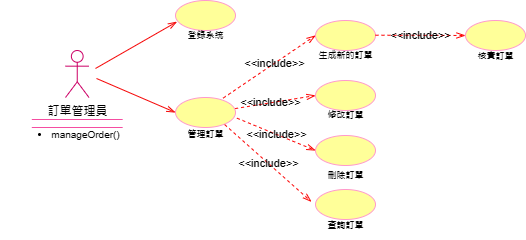
11024117/SE_Final-Paper keeps this draw.io diagram as 3-4.drawio.png. Above is the earlier version. Source tidied: cells renumbered, new cells last; positions are measured from the earlier drawing's top-left corner, leaving out a move shared by most shapes.
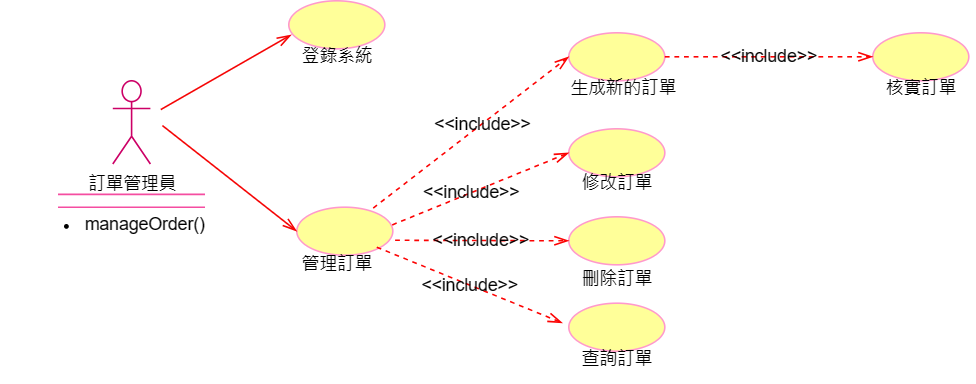
Later version of the same file.

The edit, as a diff of the source:
```diff
@@ -2,83 +2,81 @@
   <root>
     <mxCell id="0" />
     <mxCell id="1" parent="0" />
-    <mxCell id="2" value="訂單管理員" style="shape=umlActor;verticalLabelPosition=bottom;verticalAlign=top;html=1;strokeColor=#CC0066;" parent="1" vertex="1">
-      <mxGeometry x="65" y="50" width="23.5" height="47" as="geometry" />
+    <mxCell id="2" value="訂單管理員" style="shape=umlActor;verticalLabelPosition=bottom;verticalAlign=top;html=1;strokeColor=#CC0066;fontSize=11;" parent="1" vertex="1">
+      <mxGeometry x="65" y="50" width="23.5" height="52" as="geometry" />
     </mxCell>
-    <mxCell id="3" style="ellipse;whiteSpace=wrap;html=1;strokeColor=#FF99CC;fillColor=#FFFF99;" parent="1" vertex="1">
+    <mxCell id="3" style="ellipse;whiteSpace=wrap;html=1;strokeColor=#FF99CC;fillColor=#FFFF99;fontSize=11;" parent="1" vertex="1">
       <mxGeometry x="175" width="60" height="30" as="geometry" />
     </mxCell>
-    <mxCell id="4" style="ellipse;whiteSpace=wrap;html=1;strokeColor=#FF99CC;fillColor=#FFFF99;" parent="1" vertex="1">
-      <mxGeometry x="175" y="97" width="60" height="30" as="geometry" />
+    <mxCell id="4" style="ellipse;whiteSpace=wrap;html=1;strokeColor=#FF99CC;fillColor=#FFFF99;fontSize=11;" parent="1" vertex="1">
+      <mxGeometry x="180" y="129" width="60" height="30" as="geometry" />
     </mxCell>
-    <mxCell id="5" style="shape=partialRectangle;whiteSpace=wrap;html=1;left=0;right=0;fillColor=none;strokeColor=#f54da1;" parent="1" vertex="1">
-      <mxGeometry x="31.3" y="119" width="90.9" height="8" as="geometry" />
+    <mxCell id="5" style="shape=partialRectangle;whiteSpace=wrap;html=1;left=0;right=0;fillColor=none;strokeColor=#f54da1;fontSize=11;" parent="1" vertex="1">
+      <mxGeometry x="31.3" y="121" width="90.9" height="8" as="geometry" />
     </mxCell>
-    <mxCell id="6" value="登錄系統" style="text;html=1;align=center;verticalAlign=middle;strokeColor=none;fillColor=none;fontSize=9;" parent="1" vertex="1">
-      <mxGeometry x="175" y="25" width="60" height="20" as="geometry" />
+    <mxCell id="6" value="登錄系統" style="text;html=1;align=center;verticalAlign=middle;strokeColor=none;fillColor=none;fontSize=11;" parent="1" vertex="1">
+      <mxGeometry x="170" y="20" width="70" height="30" as="geometry" />
     </mxCell>
-    <mxCell id="7" value="管理訂單" style="text;html=1;align=center;verticalAlign=middle;points=[];strokeColor=none;fillColor=none;fontSize=9;" parent="1" vertex="1">
-      <mxGeometry x="175" y="124" width="60" height="20" as="geometry" />
+    <mxCell id="7" value="管理訂單" style="text;html=1;align=center;verticalAlign=middle;points=[];strokeColor=none;fillColor=none;fontSize=11;" parent="1" vertex="1">
+      <mxGeometry x="170" y="150" width="70" height="30" as="geometry" />
     </mxCell>
-    <mxCell id="8" style="endArrow=openThin;html=1;endSize=7;startSize=7;entryX=0.026;entryY=0.707;entryDx=0;entryDy=0;entryPerimeter=0;endFill=0;strokeColor=#f50505;jumpStyle=line;shadow=0;rounded=0;jumpSize=9;strokeWidth=1;" parent="1" edge="1" target="3">
+    <mxCell id="8" style="endArrow=openThin;html=1;endSize=7;startSize=7;entryX=0.026;entryY=0.707;entryDx=0;entryDy=0;entryPerimeter=0;endFill=0;strokeColor=#f50505;jumpStyle=line;shadow=0;rounded=0;jumpSize=9;strokeWidth=1;fontSize=11;" parent="1" edge="1" target="3">
       <mxGeometry relative="1" as="geometry">
         <mxPoint x="95" y="68" as="sourcePoint" />
       </mxGeometry>
     </mxCell>
-    <mxCell id="9" style="endArrow=openThin;html=1;endSize=7;startSize=7;entryX=0;entryY=0.5;entryDx=0;entryDy=0;endFill=0;strokeColor=#f50505;jumpStyle=line;shadow=0;rounded=0;jumpSize=9;strokeWidth=1;" parent="1" edge="1" target="4">
+    <mxCell id="9" style="endArrow=openThin;html=1;endSize=7;startSize=7;entryX=0;entryY=0.5;entryDx=0;entryDy=0;endFill=0;strokeColor=#f50505;jumpStyle=line;shadow=0;rounded=0;jumpSize=9;strokeWidth=1;fontSize=11;" parent="1" edge="1" target="4">
       <mxGeometry relative="1" as="geometry">
         <mxPoint x="96" y="78" as="sourcePoint" />
       </mxGeometry>
     </mxCell>
-    <mxCell id="10" style="ellipse;whiteSpace=wrap;html=1;strokeColor=#FF99CC;fillColor=#FFFF99;" parent="1" vertex="1">
-      <mxGeometry x="315" y="20" width="60" height="30" as="geometry" />
+    <mxCell id="10" style="ellipse;whiteSpace=wrap;html=1;strokeColor=#FF99CC;fillColor=#FFFF99;fontSize=11;" parent="1" vertex="1">
+      <mxGeometry x="350" y="20" width="60" height="30" as="geometry" />
     </mxCell>
-    <mxCell id="11" style="ellipse;whiteSpace=wrap;html=1;strokeColor=#FF99CC;fillColor=#FFFF99;" parent="1" vertex="1">
-      <mxGeometry x="315" y="80" width="60" height="30" as="geometry" />
+    <mxCell id="11" style="ellipse;whiteSpace=wrap;html=1;strokeColor=#FF99CC;fillColor=#FFFF99;fontSize=11;" parent="1" vertex="1">
+      <mxGeometry x="350" y="80" width="60" height="30" as="geometry" />
     </mxCell>
-    <mxCell id="12" style="ellipse;whiteSpace=wrap;html=1;strokeColor=#FF99CC;fillColor=#FFFF99;" parent="1" vertex="1">
-      <mxGeometry x="315" y="135" width="60" height="30" as="geometry" />
+    <mxCell id="12" style="ellipse;whiteSpace=wrap;html=1;strokeColor=#FF99CC;fillColor=#FFFF99;fontSize=11;" parent="1" vertex="1">
+      <mxGeometry x="350" y="135" width="60" height="30" as="geometry" />
     </mxCell>
-    <mxCell id="13" style="ellipse;whiteSpace=wrap;html=1;strokeColor=#FF99CC;fillColor=#FFFF99;" parent="1" vertex="1">
-      <mxGeometry x="315" y="189" width="60" height="30" as="geometry" />
+    <mxCell id="13" style="ellipse;whiteSpace=wrap;html=1;strokeColor=#FF99CC;fillColor=#FFFF99;fontSize=11;" parent="1" vertex="1">
+      <mxGeometry x="350" y="189" width="60" height="30" as="geometry" />
     </mxCell>
-    <mxCell id="14" value="生成新的訂單" style="text;html=1;align=center;verticalAlign=middle;strokeColor=none;fillColor=none;fontSize=9;" parent="1" vertex="1">
-      <mxGeometry x="305" y="45" width="80" height="20" as="geometry" />
+    <mxCell id="14" value="生成新的訂單" style="text;html=1;align=center;verticalAlign=middle;strokeColor=none;fillColor=none;fontSize=11;" parent="1" vertex="1">
+      <mxGeometry x="339" y="40" width="90" height="30" as="geometry" />
     </mxCell>
-    <mxCell id="15" value="&lt;font style=&quot;font-size: 9px;&quot;&gt;修改訂單&lt;/font&gt;" style="text;html=1;align=center;verticalAlign=middle;strokeColor=none;fillColor=none;" parent="1" vertex="1">
-      <mxGeometry x="315" y="99" width="60" height="30" as="geometry" />
+    <mxCell id="15" value="&lt;font style=&quot;font-size: 11px;&quot;&gt;修改訂單&lt;/font&gt;" style="text;html=1;align=center;verticalAlign=middle;strokeColor=none;fillColor=none;fontSize=11;" parent="1" vertex="1">
+      <mxGeometry x="345" y="99" width="70" height="30" as="geometry" />
     </mxCell>
-    <mxCell id="16" value="&lt;font style=&quot;font-size: 9px;&quot;&gt;刪除訂單&lt;/font&gt;" style="text;html=1;align=center;verticalAlign=middle;strokeColor=none;fillColor=none;" parent="1" vertex="1">
-      <mxGeometry x="315" y="159" width="60" height="30" as="geometry" />
+    <mxCell id="16" value="&lt;font style=&quot;font-size: 11px;&quot;&gt;刪除訂單&lt;/font&gt;" style="text;html=1;align=center;verticalAlign=middle;strokeColor=none;fillColor=none;fontSize=11;" parent="1" vertex="1">
+      <mxGeometry x="345" y="159" width="70" height="30" as="geometry" />
     </mxCell>
-    <mxCell id="17" value="&lt;font style=&quot;font-size: 9px;&quot;&gt;查詢訂單&lt;/font&gt;" style="text;html=1;align=center;verticalAlign=middle;strokeColor=none;fillColor=none;" parent="1" vertex="1">
-      <mxGeometry x="315" y="209" width="60" height="30" as="geometry" />
+    <mxCell id="17" value="&lt;font style=&quot;font-size: 11px;&quot;&gt;查詢訂單&lt;/font&gt;" style="text;html=1;align=center;verticalAlign=middle;strokeColor=none;fillColor=none;fontSize=11;" parent="1" vertex="1">
+      <mxGeometry x="345" y="209" width="70" height="30" as="geometry" />
     </mxCell>
-    <mxCell id="18" style="ellipse;whiteSpace=wrap;html=1;strokeColor=#FF99CC;fillColor=#FFFF99;" parent="1" vertex="1">
-      <mxGeometry x="465" y="20" width="60" height="30" as="geometry" />
+    <mxCell id="18" style="ellipse;whiteSpace=wrap;html=1;strokeColor=#FF99CC;fillColor=#FFFF99;fontSize=11;" parent="1" vertex="1">
+      <mxGeometry x="540" y="20" width="60" height="30" as="geometry" />
     </mxCell>
-    <mxCell id="19" value="&lt;font style=&quot;font-size: 9px;&quot;&gt;核實訂單&lt;/font&gt;" style="text;html=1;align=center;verticalAlign=middle;strokeColor=none;fillColor=none;" parent="1" vertex="1">
-      <mxGeometry x="465" y="40" width="60" height="30" as="geometry" />
+    <mxCell id="19" value="&lt;font style=&quot;font-size: 11px;&quot;&gt;核實訂單&lt;/font&gt;" style="text;html=1;align=center;verticalAlign=middle;strokeColor=none;fillColor=none;fontSize=11;" parent="1" vertex="1">
+      <mxGeometry x="535" y="40" width="70" height="30" as="geometry" />
     </mxCell>
-    <mxCell id="20" value="&amp;lt;&amp;lt;include&amp;gt;&amp;gt;" style="endArrow=openThin;endSize=7;dashed=1;html=1;rounded=0;entryX=0;entryY=0.5;entryDx=0;entryDy=0;labelBackgroundColor=none;strokeColor=#fc0303;endFill=0;" parent="1" edge="1" target="18">
-      <mxGeometry relative="1" as="geometry">
-        <mxPoint x="375" y="34.7" as="sourcePoint" />
-      </mxGeometry>
+    <mxCell id="20" value="&amp;lt;&amp;lt;include&amp;gt;&amp;gt;" style="endArrow=openThin;endSize=7;dashed=1;html=1;rounded=0;entryX=0;entryY=0.5;entryDx=0;entryDy=0;labelBackgroundColor=none;strokeColor=#fc0303;endFill=0;fontSize=11;exitX=1;exitY=0.5;exitDx=0;exitDy=0;" parent="1" edge="1" source="10" target="18">
+      <mxGeometry relative="1" as="geometry" />
     </mxCell>
-    <mxCell id="21" value="&amp;lt;&amp;lt;include&amp;gt;&amp;gt;" style="endArrow=openThin;endSize=7;dashed=1;html=1;rounded=0;entryX=0;entryY=0.5;entryDx=0;entryDy=0;labelBackgroundColor=none;strokeColor=#fc0303;endFill=0;exitX=0.796;exitY=0.018;exitDx=0;exitDy=0;exitPerimeter=0;" parent="1" edge="1" source="4" target="10">
+    <mxCell id="21" value="&amp;lt;&amp;lt;include&amp;gt;&amp;gt;" style="endArrow=openThin;endSize=7;dashed=1;html=1;rounded=0;entryX=0;entryY=0.5;entryDx=0;entryDy=0;labelBackgroundColor=none;strokeColor=#fc0303;endFill=0;exitX=0.796;exitY=0.018;exitDx=0;exitDy=0;exitPerimeter=0;fontSize=11;" parent="1" edge="1" source="4" target="10">
       <mxGeometry x="0.11" relative="1" as="geometry" />
     </mxCell>
-    <mxCell id="22" value="&amp;lt;&amp;lt;include&amp;gt;&amp;gt;" style="endArrow=openThin;endSize=7;dashed=1;html=1;rounded=0;entryX=0;entryY=0.5;entryDx=0;entryDy=0;labelBackgroundColor=none;strokeColor=#fc0303;endFill=0;exitX=0.994;exitY=0.369;exitDx=0;exitDy=0;exitPerimeter=0;" parent="1" edge="1" source="4" target="11">
+    <mxCell id="22" value="&amp;lt;&amp;lt;include&amp;gt;&amp;gt;" style="endArrow=openThin;endSize=7;dashed=1;html=1;rounded=0;entryX=0;entryY=0.5;entryDx=0;entryDy=0;labelBackgroundColor=none;strokeColor=#fc0303;endFill=0;exitX=0.994;exitY=0.369;exitDx=0;exitDy=0;exitPerimeter=0;fontSize=11;" parent="1" edge="1" source="4" target="11">
       <mxGeometry x="-0.11" relative="1" as="geometry" />
     </mxCell>
-    <mxCell id="23" value="&amp;lt;&amp;lt;include&amp;gt;&amp;gt;" style="endArrow=openThin;endSize=7;dashed=1;html=1;rounded=0;entryX=0;entryY=0.5;entryDx=0;entryDy=0;labelBackgroundColor=none;strokeColor=#fc0303;endFill=0;exitX=1.024;exitY=0.689;exitDx=0;exitDy=0;exitPerimeter=0;" parent="1" edge="1" source="4" target="12">
+    <mxCell id="23" value="&amp;lt;&amp;lt;include&amp;gt;&amp;gt;" style="endArrow=openThin;endSize=7;dashed=1;html=1;rounded=0;entryX=0;entryY=0.5;entryDx=0;entryDy=0;labelBackgroundColor=none;strokeColor=#fc0303;endFill=0;exitX=1.024;exitY=0.689;exitDx=0;exitDy=0;exitPerimeter=0;fontSize=11;" parent="1" edge="1" source="4" target="12">
       <mxGeometry relative="1" as="geometry" />
     </mxCell>
-    <mxCell id="24" value="&amp;lt;&amp;lt;include&amp;gt;&amp;gt;" style="endArrow=openThin;endSize=7;dashed=1;html=1;rounded=0;entryX=-0.067;entryY=0.41;entryDx=0;entryDy=0;labelBackgroundColor=none;strokeColor=#fc0303;endFill=0;exitX=0.819;exitY=0.003;exitDx=0;exitDy=0;exitPerimeter=0;entryPerimeter=0;" parent="1" edge="1" source="7" target="13">
+    <mxCell id="24" value="&amp;lt;&amp;lt;include&amp;gt;&amp;gt;" style="endArrow=openThin;endSize=7;dashed=1;html=1;rounded=0;entryX=-0.067;entryY=0.41;entryDx=0;entryDy=0;labelBackgroundColor=none;strokeColor=#fc0303;endFill=0;entryPerimeter=0;fontSize=11;exitX=0.833;exitY=0.833;exitDx=0;exitDy=0;exitPerimeter=0;" parent="1" edge="1" source="4" target="13">
       <mxGeometry relative="1" as="geometry" />
     </mxCell>
-    <mxCell id="25" value="&lt;ul&gt;&lt;li style=&quot;font-size: 10px;&quot;&gt;manageOrder()&lt;/li&gt;&lt;/ul&gt;" style="text;html=1;align=center;verticalAlign=middle;strokeColor=none;fillColor=none;" parent="1" vertex="1">
-      <mxGeometry y="109" width="130" height="50" as="geometry" />
+    <mxCell id="25" value="&lt;ul style=&quot;font-size: 11px;&quot;&gt;&lt;li style=&quot;font-size: 11px;&quot;&gt;manageOrder()&lt;/li&gt;&lt;/ul&gt;" style="text;html=1;align=center;verticalAlign=middle;strokeColor=none;fillColor=none;fontSize=11;" parent="1" vertex="1">
+      <mxGeometry x="-5" y="115" width="140" height="50" as="geometry" />
     </mxCell>
   </root>
 </mxGraphModel>
```
